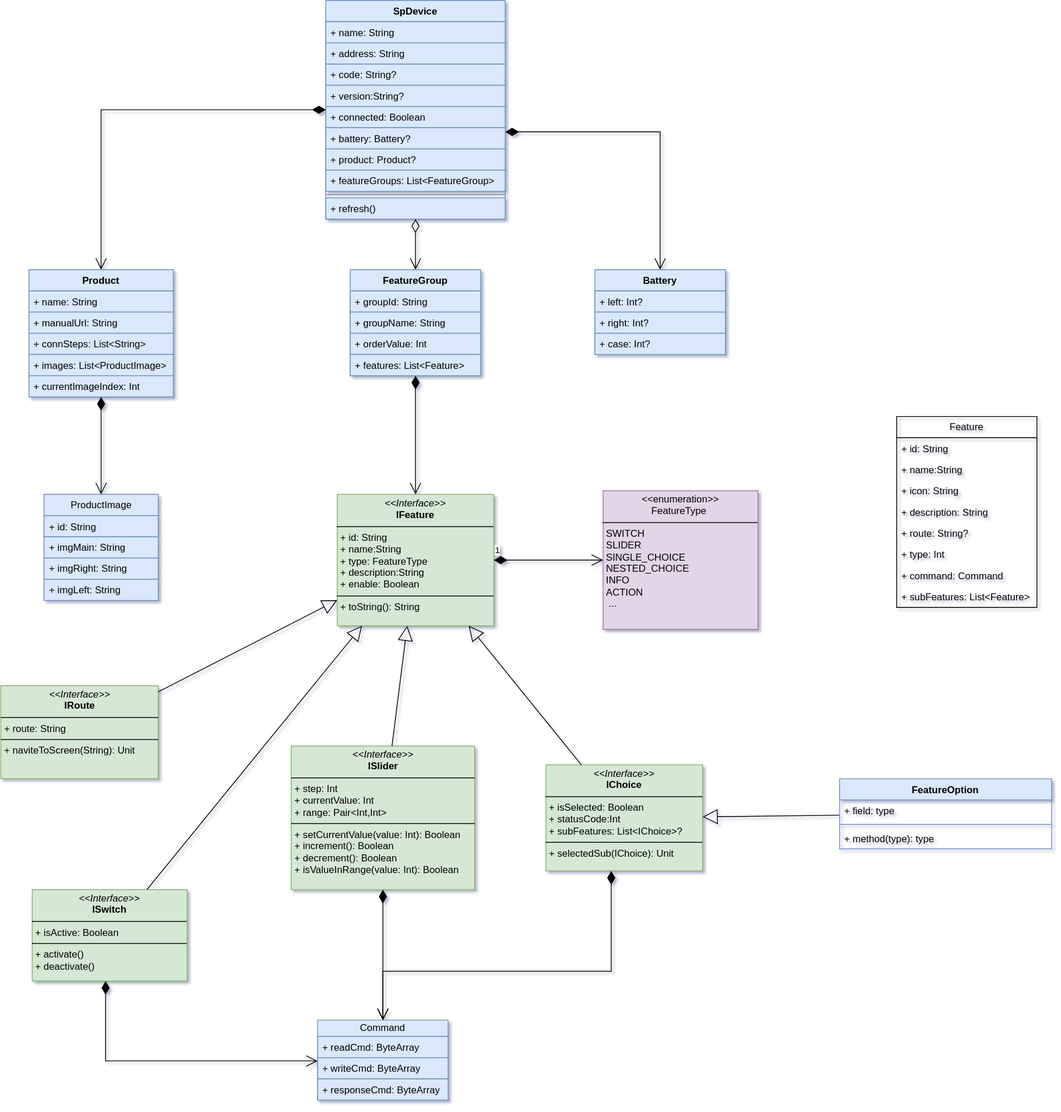
Before: sp-device.drawio.svg, a diagram exported from draw.io (kekemao00/draw-libs). Source tidied: cells renumbered, new cells last; positions are measured from the earlier drawing's top-left corner, leaving out a move shared by most shapes.
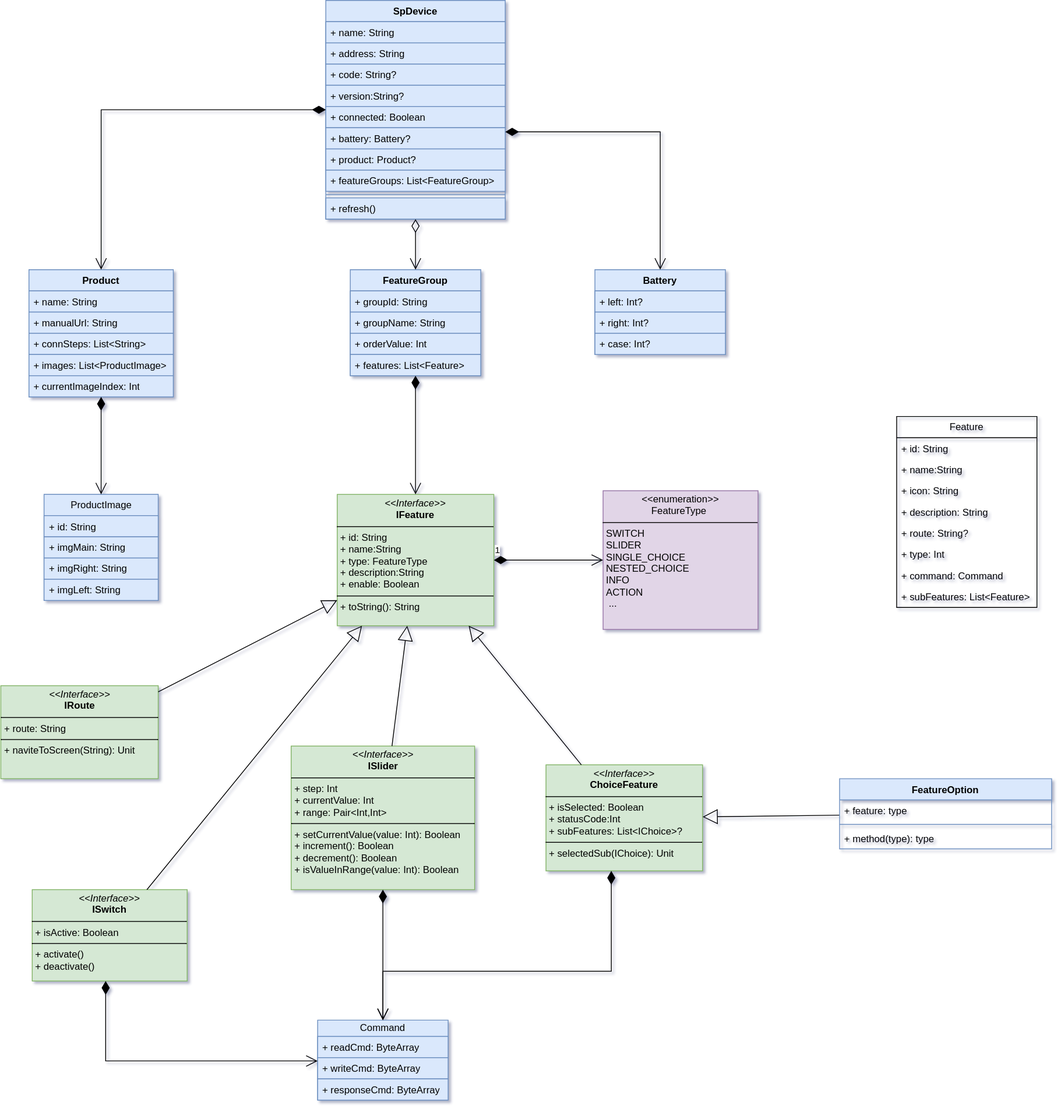
After the change.

The edit, as a diff of the source:
```diff
@@ -140,7 +140,7 @@
     <mxCell id="47" value="&lt;p style=&quot;margin:0px;margin-top:4px;text-align:center;&quot;&gt;&lt;i&gt;&amp;lt;&amp;lt;Interface&amp;gt;&amp;gt;&lt;/i&gt;&lt;br&gt;&lt;b&gt;IRoute&lt;/b&gt;&lt;/p&gt;&lt;hr size=&quot;1&quot; style=&quot;border-style:solid;&quot;&gt;&lt;p style=&quot;margin:0px;margin-left:4px;&quot;&gt;+ route: String&lt;/p&gt;&lt;hr size=&quot;1&quot; style=&quot;border-style:solid;&quot;&gt;&lt;p style=&quot;margin:0px;margin-left:4px;&quot;&gt;+ naviteToScreen(String): Unit&lt;br&gt;&lt;/p&gt;" style="verticalAlign=top;align=left;overflow=fill;html=1;whiteSpace=wrap;fillColor=#d5e8d4;strokeColor=#82b366;" parent="1" vertex="1">
       <mxGeometry x="-0.5" y="840" width="193" height="114" as="geometry" />
     </mxCell>
-    <mxCell id="48" value="&lt;p style=&quot;margin:0px;margin-top:4px;text-align:center;&quot;&gt;&lt;i&gt;&amp;lt;&amp;lt;Interface&amp;gt;&amp;gt;&lt;/i&gt;&lt;br&gt;&lt;b&gt;IChoice&lt;/b&gt;&lt;/p&gt;&lt;hr size=&quot;1&quot; style=&quot;border-style:solid;&quot;&gt;&lt;p style=&quot;margin:0px;margin-left:4px;&quot;&gt;+ isSelected: Boolean&lt;br&gt;+ statusCode:Int&lt;br&gt;+ subFeatures: List&amp;lt;IChoice&amp;gt;?&lt;/p&gt;&lt;hr size=&quot;1&quot; style=&quot;border-style:solid;&quot;&gt;&lt;p style=&quot;margin:0px;margin-left:4px;&quot;&gt;+ selectedSub(IChoice): Unit&lt;br&gt;&lt;/p&gt;" style="verticalAlign=top;align=left;overflow=fill;html=1;whiteSpace=wrap;fillColor=#d5e8d4;strokeColor=#82b366;" parent="1" vertex="1">
+    <mxCell id="48" value="&lt;p style=&quot;margin:0px;margin-top:4px;text-align:center;&quot;&gt;&lt;i&gt;&amp;lt;&amp;lt;Interface&amp;gt;&amp;gt;&lt;/i&gt;&lt;br&gt;&lt;b&gt;ChoiceFeature&lt;/b&gt;&lt;/p&gt;&lt;hr size=&quot;1&quot; style=&quot;border-style:solid;&quot;&gt;&lt;p style=&quot;margin:0px;margin-left:4px;&quot;&gt;+ isSelected: Boolean&lt;br&gt;+ statusCode:Int&lt;br&gt;+ subFeatures: List&amp;lt;IChoice&amp;gt;?&lt;/p&gt;&lt;hr size=&quot;1&quot; style=&quot;border-style:solid;&quot;&gt;&lt;p style=&quot;margin:0px;margin-left:4px;&quot;&gt;+ selectedSub(IChoice): Unit&lt;br&gt;&lt;/p&gt;" style="verticalAlign=top;align=left;overflow=fill;html=1;whiteSpace=wrap;fillColor=#d5e8d4;strokeColor=#82b366;" parent="1" vertex="1">
       <mxGeometry x="668" y="937" width="192" height="130" as="geometry" />
     </mxCell>
     <mxCell id="49" value="&lt;p style=&quot;margin:0px;margin-top:4px;text-align:center;&quot;&gt;&lt;i&gt;&amp;lt;&amp;lt;Interface&amp;gt;&amp;gt;&lt;/i&gt;&lt;br&gt;&lt;b&gt;ISwitch&lt;/b&gt;&lt;/p&gt;&lt;hr size=&quot;1&quot; style=&quot;border-style:solid;&quot;&gt;&lt;p style=&quot;margin:0px;margin-left:4px;&quot;&gt;+ isActive: Boolean&lt;br&gt;&lt;/p&gt;&lt;hr size=&quot;1&quot; style=&quot;border-style:solid;&quot;&gt;&lt;p style=&quot;margin:0px;margin-left:4px;&quot;&gt;+ activate()&lt;br&gt;+ deactivate()&lt;/p&gt;" style="verticalAlign=top;align=left;overflow=fill;html=1;whiteSpace=wrap;fillColor=#d5e8d4;strokeColor=#82b366;" parent="1" vertex="1">
@@ -216,7 +216,7 @@
     <mxCell id="66" value="FeatureOption" style="swimlane;fontStyle=1;align=center;verticalAlign=top;horizontal=1;startSize=26;whiteSpace=wrap;html=1;fillColor=#dae8fc;strokeColor=#6c8ebf;" parent="1" vertex="1">
       <mxGeometry x="1028" y="954" width="260" height="86" as="geometry" />
     </mxCell>
-    <mxCell id="67" value="+ field: type" style="text;strokeColor=none;fillColor=none;align=left;verticalAlign=top;spacingLeft=4;spacingRight=4;overflow=hidden;whiteSpace=wrap;html=1;" parent="66" vertex="1">
+    <mxCell id="67" value="+&amp;nbsp;feature: type" style="text;strokeColor=none;fillColor=none;align=left;verticalAlign=top;spacingLeft=4;spacingRight=4;overflow=hidden;whiteSpace=wrap;html=1;" parent="66" vertex="1">
       <mxGeometry y="26" width="260" height="26" as="geometry" />
     </mxCell>
     <mxCell id="68" style="line;strokeWidth=1;fillColor=none;align=left;verticalAlign=middle;spacingTop=-1;spacingLeft=3;spacingRight=3;labelPosition=right;strokeColor=inherit;" parent="66" vertex="1">
```
